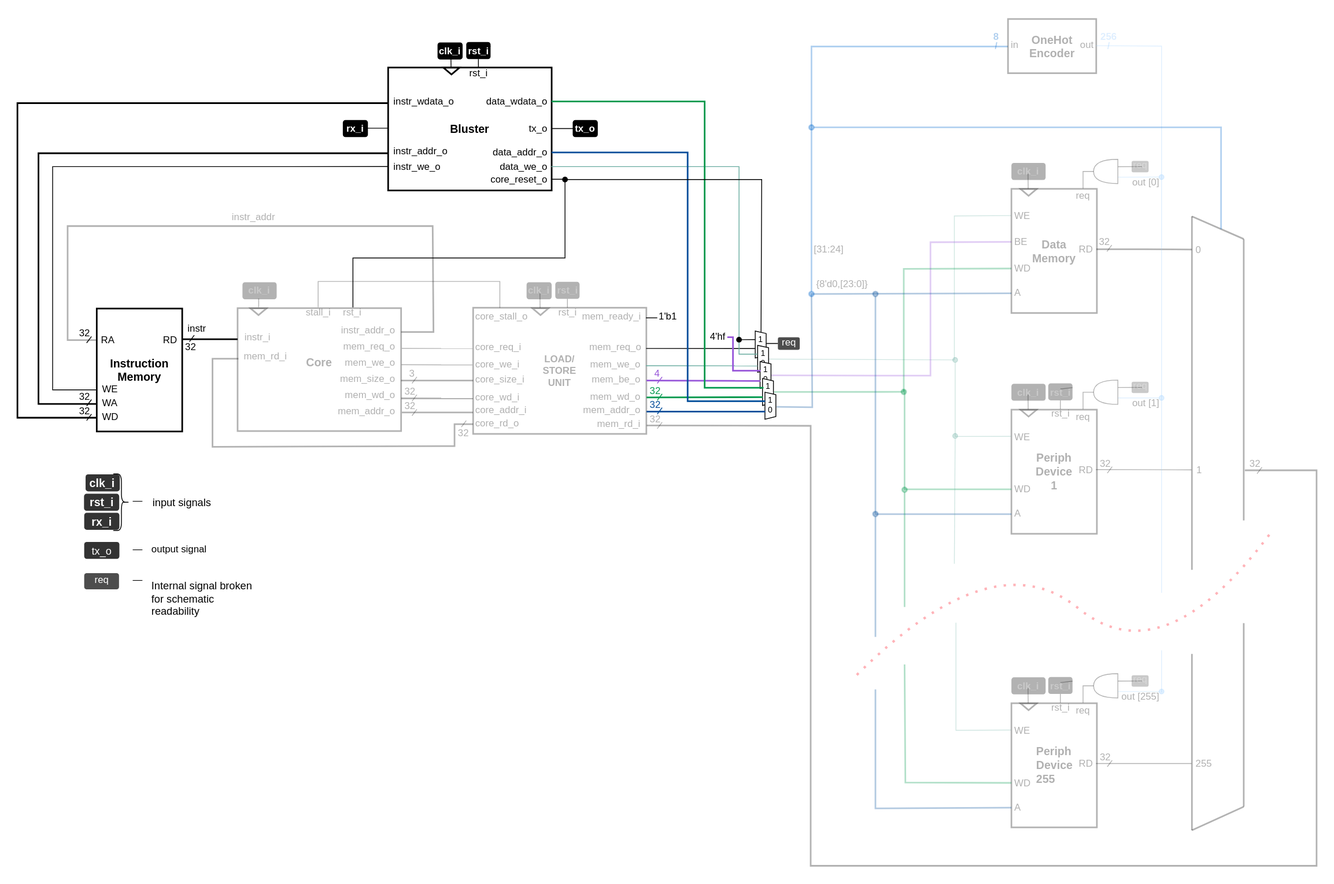
The draw.io diagram .pic/Labs/lab_15_programming_device/fig_04.drawio.svg in MPSU/APS, before a commit. Source tidied: cells renumbered, new cells last; positions are measured from the earlier drawing's top-left corner, leaving out a move shared by most shapes.
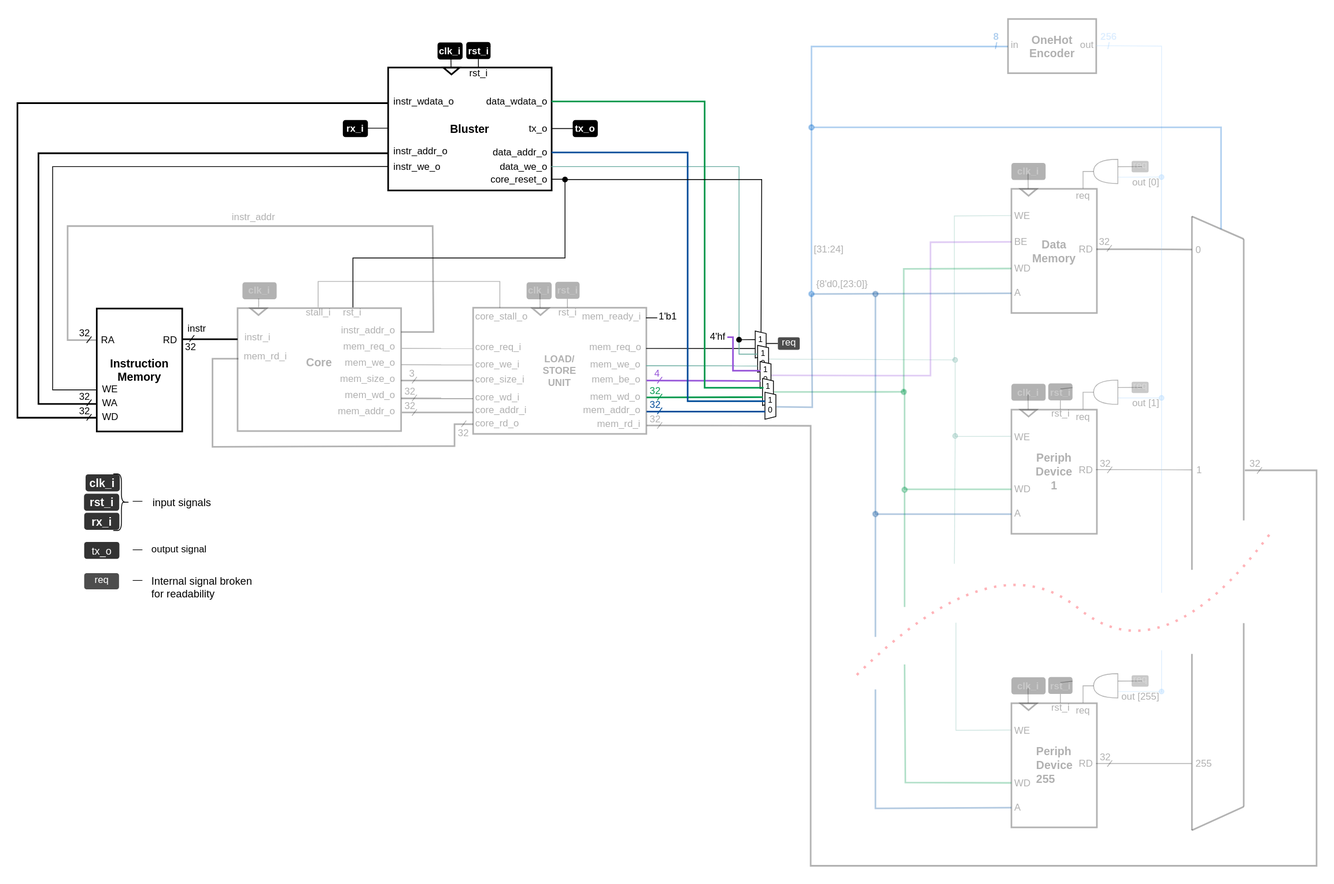
Above is the later version.

Diff of the diagram source:
```diff
@@ -48,8 +48,8 @@
     <mxCell id="11" value="req" style="text;html=1;strokeColor=none;fillColor=#4D4D4D;align=center;verticalAlign=middle;whiteSpace=wrap;rounded=1;comic=0;spacing=0;spacingBottom=4;fontColor=#FFFFFF;" parent="1" vertex="1">
       <mxGeometry x="83" y="688.7" width="43" height="20" as="geometry" />
     </mxCell>
-    <mxCell id="12" value="&lt;div align=&quot;left&quot;&gt;&lt;font style=&quot;font-size: 13px;&quot;&gt;Internal signal broken for schematic readability&lt;/font&gt;&lt;br&gt;&lt;/div&gt;" style="text;html=1;strokeColor=none;fillColor=none;align=left;verticalAlign=middle;whiteSpace=wrap;rounded=0;" parent="1" vertex="1">
-      <mxGeometry x="164" y="682.2" width="131" height="76" as="geometry" />
+    <mxCell id="12" value="&lt;div align=&quot;left&quot;&gt;&lt;font style=&quot;font-size: 13px;&quot;&gt;Internal signal broken for readability&lt;/font&gt;&lt;br&gt;&lt;/div&gt;" style="text;html=1;strokeColor=none;fillColor=none;align=left;verticalAlign=middle;whiteSpace=wrap;rounded=0;" parent="1" vertex="1">
+      <mxGeometry x="164" y="668" width="131" height="76" as="geometry" />
     </mxCell>
     <mxCell id="13" value="—" style="text;html=1;strokeColor=none;fillColor=none;align=center;verticalAlign=middle;whiteSpace=wrap;rounded=0;" parent="1" vertex="1">
       <mxGeometry x="119" y="681.7" width="60" height="30" as="geometry" />
```
